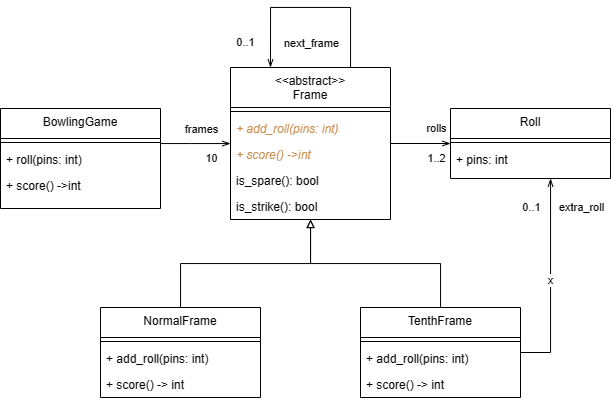
EmanuelOrozco/Puntaje-en-juego-de-bolos keeps this draw.io diagram as ui/uml_bowling_game.png. Above is the earlier version. Source tidied: cells renumbered, new cells last; positions are measured from the earlier drawing's top-left corner, leaving out a move shared by most shapes.
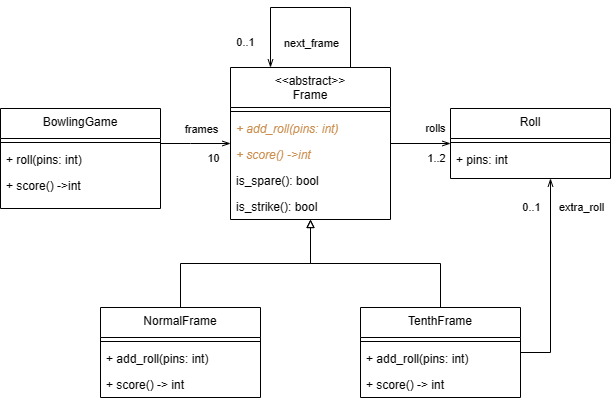
The same diagram one commit later.

The edit, as a diff of the source:
```diff
@@ -108,7 +108,7 @@
     <mxCell id="29" style="edgeStyle=orthogonalEdgeStyle;rounded=0;jettySize=auto;html=1;endArrow=block;endFill=0;" parent="1" edge="1" source="33" target="18">
       <mxGeometry relative="1" as="geometry" />
     </mxCell>
-    <mxCell id="30" value="x" style="edgeStyle=orthogonalEdgeStyle;rounded=0;jettySize=auto;html=1;endArrow=openThin;endFill=0;" parent="1" edge="1" source="33" target="9">
+    <mxCell id="30" style="edgeStyle=orthogonalEdgeStyle;rounded=0;jettySize=auto;html=1;endArrow=openThin;endFill=0;" parent="1" edge="1" source="33" target="9">
       <mxGeometry relative="1" as="geometry">
         <Array as="points">
           <mxPoint x="550" y="345" />
```
